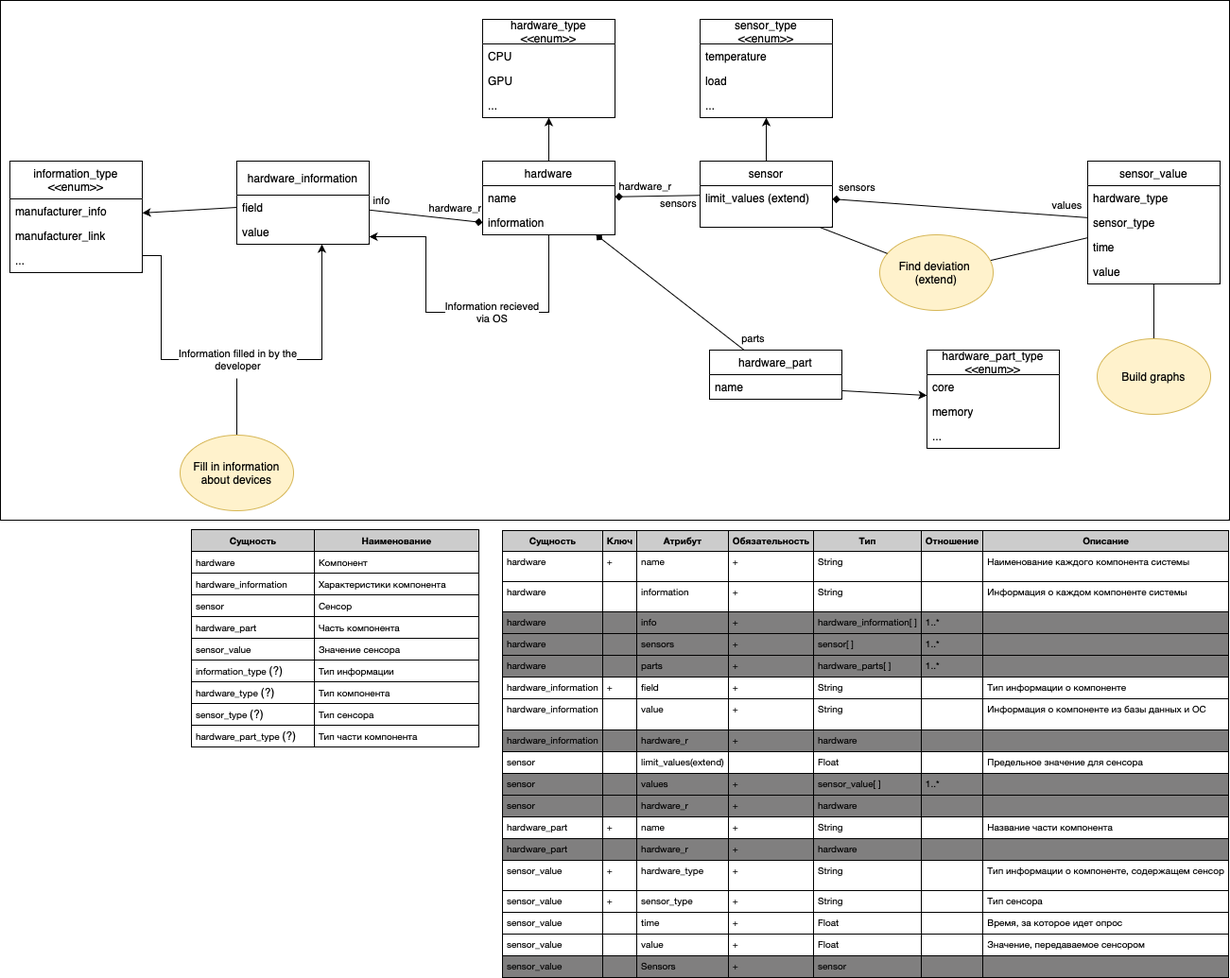
Alekcey264/DiplomaVerevkin keeps this draw.io diagram as Диаграмма классов v2 1.png. Above is the earlier version. Source tidied: cells renumbered, new cells last; positions are measured from the earlier drawing's top-left corner, leaving out a move shared by most shapes.
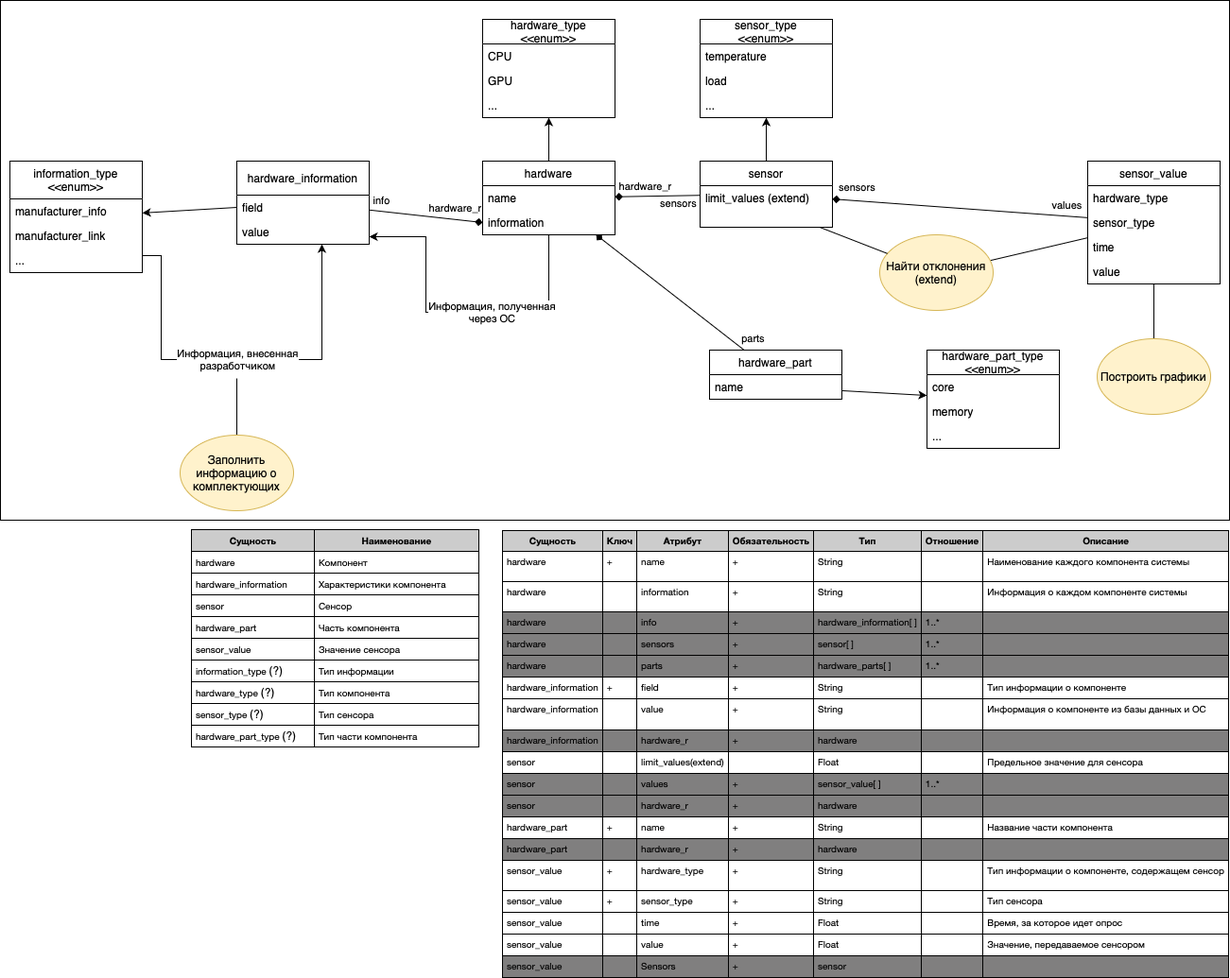
Later version of the same file.

Commit message:
Update Classes diagram

Change to the diagram source:
```diff
@@ -47,7 +47,7 @@
         <mxPoint x="-6" y="-11" as="offset" />
       </mxGeometry>
     </mxCell>
-    <mxCell id="15" value="Information filled in by the&lt;br&gt;developer" style="edgeStyle=orthogonalEdgeStyle;rounded=0;jettySize=auto;html=1;" parent="1" edge="1" source="16" target="9">
+    <mxCell id="15" value="Информация, внесенная&lt;br&gt;разработчиком" style="edgeStyle=orthogonalEdgeStyle;rounded=0;jettySize=auto;html=1;" parent="1" edge="1" source="16" target="9">
       <mxGeometry relative="1" as="geometry">
         <Array as="points">
           <mxPoint x="170" y="270" />
@@ -159,19 +159,19 @@
     <mxCell id="48" style="edgeStyle=orthogonalEdgeStyle;rounded=0;jettySize=auto;html=1;endArrow=none;endFill=0;" parent="1" edge="1" source="49" target="43">
       <mxGeometry relative="1" as="geometry" />
     </mxCell>
-    <mxCell id="49" value="Build graphs" style="ellipse;whiteSpace=wrap;html=1;fillColor=#fff2cc;strokeColor=#d6b656;" parent="1" vertex="1">
+    <mxCell id="49" value="Построить графики" style="ellipse;whiteSpace=wrap;html=1;fillColor=#fff2cc;strokeColor=#d6b656;" parent="1" vertex="1">
       <mxGeometry x="1160" y="358" width="120" height="80" as="geometry" />
     </mxCell>
     <mxCell id="50" style="rounded=0;jettySize=auto;html=1;endArrow=none;endFill=0;" parent="1" edge="1" source="51" target="43">
       <mxGeometry relative="1" as="geometry" />
     </mxCell>
-    <mxCell id="51" value="Find&amp;nbsp;deviation&amp;nbsp;&lt;br&gt;(extend)" style="ellipse;whiteSpace=wrap;html=1;fillColor=#fff2cc;strokeColor=#d6b656;" parent="1" vertex="1">
+    <mxCell id="51" value="Найти отклонения&lt;br&gt;(extend)" style="ellipse;whiteSpace=wrap;html=1;fillColor=#fff2cc;strokeColor=#d6b656;" parent="1" vertex="1">
       <mxGeometry x="930" y="248" width="120" height="80" as="geometry" />
     </mxCell>
     <mxCell id="52" style="rounded=0;jettySize=auto;html=1;endArrow=none;endFill=0;" parent="1" edge="1" source="29" target="51">
       <mxGeometry relative="1" as="geometry" />
     </mxCell>
-    <mxCell id="53" value="Information recieved&lt;br&gt;via OS" style="edgeStyle=orthogonalEdgeStyle;rounded=0;jettySize=auto;html=1;" parent="1" edge="1" source="8" target="9">
+    <mxCell id="53" value="Информация, полученная&lt;br&gt;через ОС" style="edgeStyle=orthogonalEdgeStyle;rounded=0;jettySize=auto;html=1;" parent="1" edge="1" source="8" target="9">
       <mxGeometry x="-0.19" relative="1" as="geometry">
         <Array as="points">
           <mxPoint x="580" y="330" />
@@ -185,7 +185,7 @@
         <mxPoint x="250" y="400" as="targetPoint" />
       </mxGeometry>
     </mxCell>
-    <mxCell id="55" value="Fill in information about devices" style="ellipse;whiteSpace=wrap;html=1;fillColor=#fff2cc;strokeColor=#d6b656;" parent="1" vertex="1">
+    <mxCell id="55" value="Заполнить информацию о комплектующих" style="ellipse;whiteSpace=wrap;html=1;fillColor=#fff2cc;strokeColor=#d6b656;" parent="1" vertex="1">
       <mxGeometry x="190" y="460" width="120" height="80" as="geometry" />
     </mxCell>
     <mxCell id="56" value="hardware_r" style="edgeLabel;html=1;align=center;verticalAlign=middle;" parent="1" vertex="1">
```
